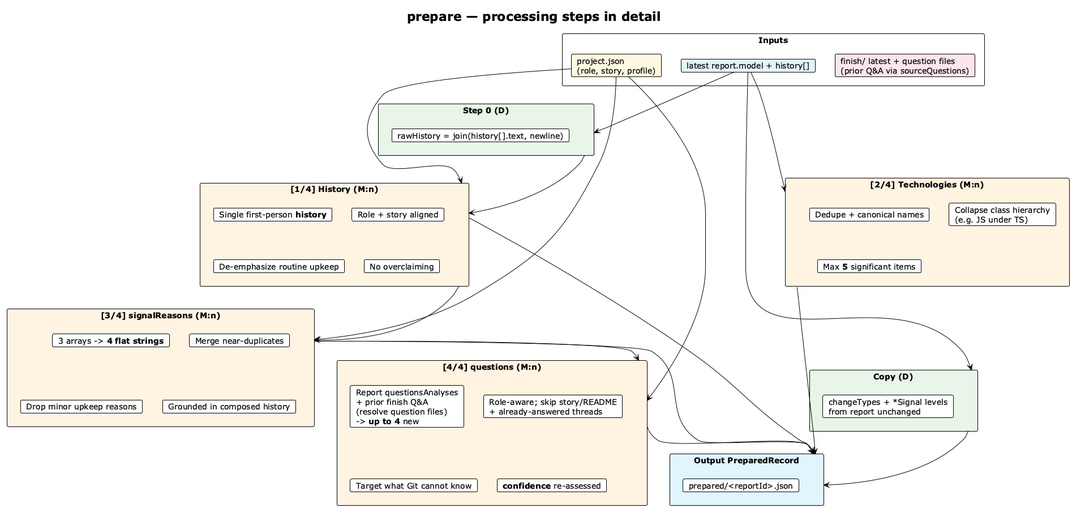
This is img/prepare-steps-detail.png from vzakharchenko/dev-workgraph, a PlantUML export, as it was before one commit. Its diagram source:
```plantuml
@startuml prepare-steps-detail
!theme plain
skinparam shadowing false
skinparam NoteBackgroundColor #FFFDE7

title **prepare** — processing steps in detail

rectangle "**Inputs**" as IN {
  card "project.json\n(role, story, profile)" as PJ #FFF8E1
  card "latest report.model + history[]" as REP #E3F2FD
  card "finish/ latest + question files\n(prior Q&A via sourceQuestions)" as FIN #FCE4EC
}

rectangle "**Step 0 (D)**" as S0 #E8F5E9 {
  card "rawHistory = join(history[].text, newline)"
}

rectangle "**[1/4] History (M:n)**" as S1 #FFF3E0 {
  card "Single first-person **history**"
  card "Role + story aligned"
  card "De-emphasize routine upkeep"
  card "No overclaiming"
}

rectangle "**[2/4] Technologies (M:n)**" as S2 #FFF3E0 {
  card "Dedupe + canonical names"
  card "Collapse class hierarchy\n(e.g. JS under TS)"
  card "Max **5** significant items"
}

rectangle "**[3/4] signalReasons (M:n)**" as S3 #FFF3E0 {
  card "3 arrays -> **4 flat strings**"
  card "Merge near-duplicates"
  card "Drop minor upkeep reasons"
  card "Grounded in composed history"
}

rectangle "**[4/4] questions (M:n)**" as S4 #FFF3E0 {
  card "Report questionsAnalyses\n+ prior finish Q&A\n(resolve question files)\n-> **up to 4** new"
  card "Role-aware; skip story/README\n+ already-answered threads"
  card "Target what Git cannot know"
  card "**confidence** re-assessed"
}

rectangle "**Copy (D)**" as SC #E8F5E9 {
  card "changeTypes + *Signal levels\nfrom report unchanged"
}

rectangle "**Output PreparedRecord**" as OUT #E1F5FE {
  card "prepared/<reportId>.json"
}

PJ --> S1
PJ --> S3
PJ --> S4
REP --> S0
S0 --> S1
REP --> S2
S1 --> S3
S3 --> S4
REP --> SC
S1 --> OUT
S2 --> OUT
S3 --> OUT
S4 --> OUT
SC --> OUT

@enduml
```
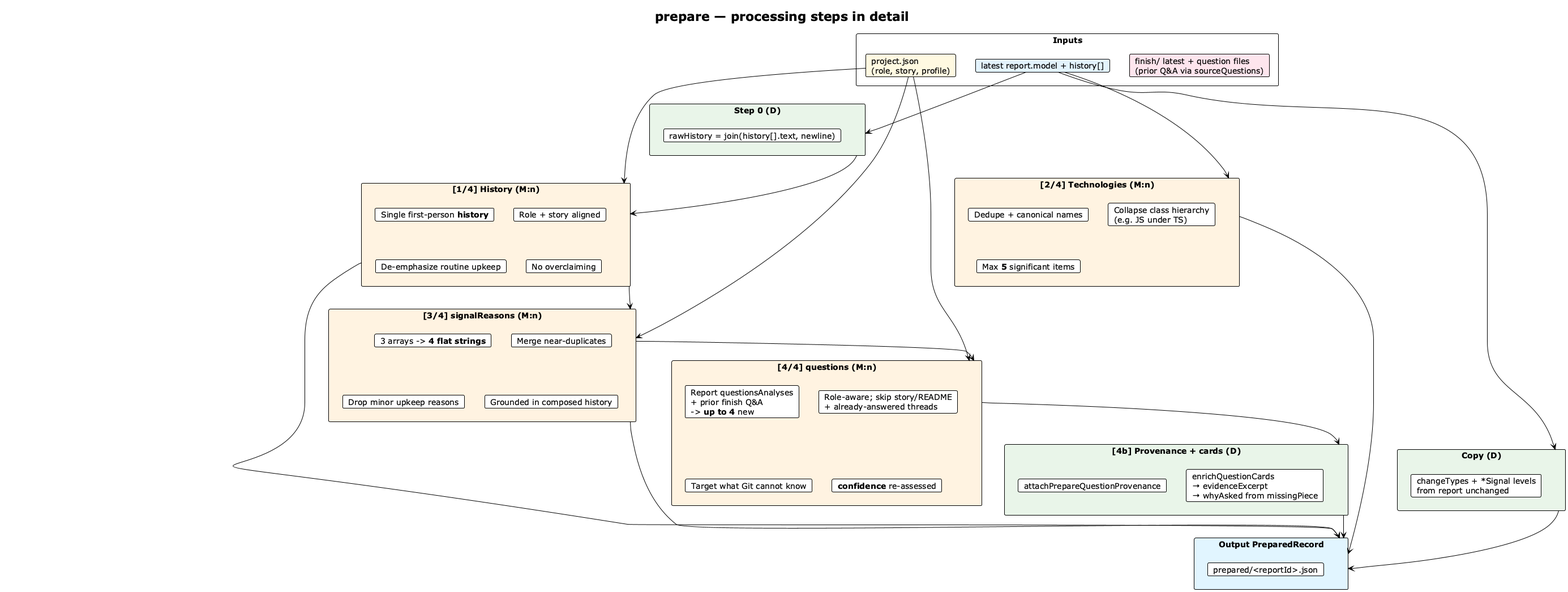
After the change.

Change to the diagram source:
```diff
@@ -36,10 +36,15 @@
 }
 
 rectangle "**[4/4] questions (M:n)**" as S4 #FFF3E0 {
-  card "Report questionsAnalyses\n+ prior finish Q&A\n(resolve question files)\n-> **up to 4** new"
+  card "Report questionsAnalyses\n+ prior finish Q&A\n-> **up to 4** new"
   card "Role-aware; skip story/README\n+ already-answered threads"
   card "Target what Git cannot know"
   card "**confidence** re-assessed"
+}
+
+rectangle "**[4b] Provenance + cards (D)**" as S4B #E8F5E9 {
+  card "attachPrepareQuestionProvenance"
+  card "enrichQuestionCards\n→ evidenceExcerpt\n→ whyAsked from missingPiece"
 }
 
 rectangle "**Copy (D)**" as SC #E8F5E9 {
@@ -58,11 +63,12 @@
 REP --> S2
 S1 --> S3
 S3 --> S4
+S4 --> S4B
 REP --> SC
 S1 --> OUT
 S2 --> OUT
 S3 --> OUT
-S4 --> OUT
+S4B --> OUT
 SC --> OUT
 
 @enduml
```
